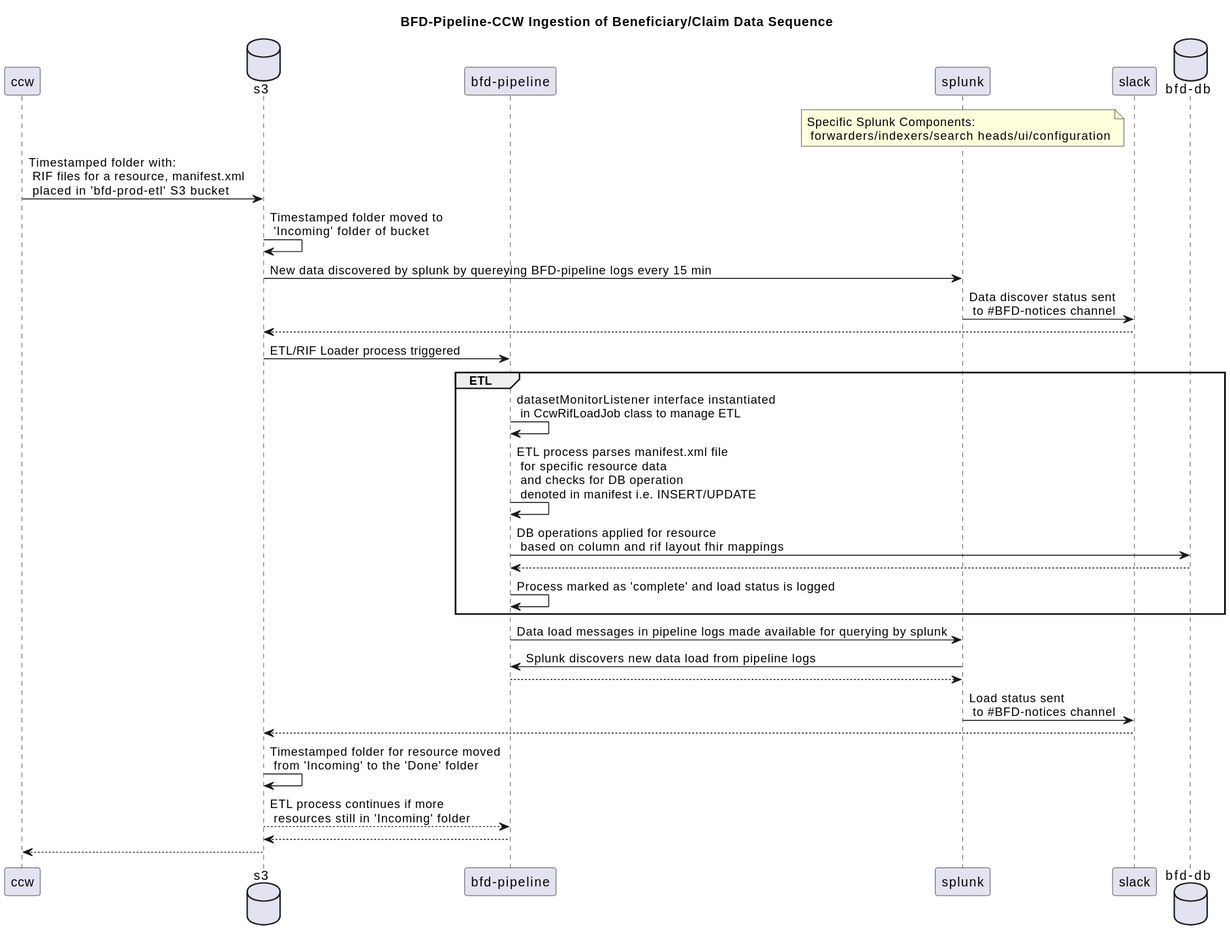
The PlantUML diagram docs/assets/fhir-resource-ingestion-digestion-diagrams/bfd-pipeline-ccw-ingestion.svg in CMSgov/beneficiary-fhir-data, before a commit.
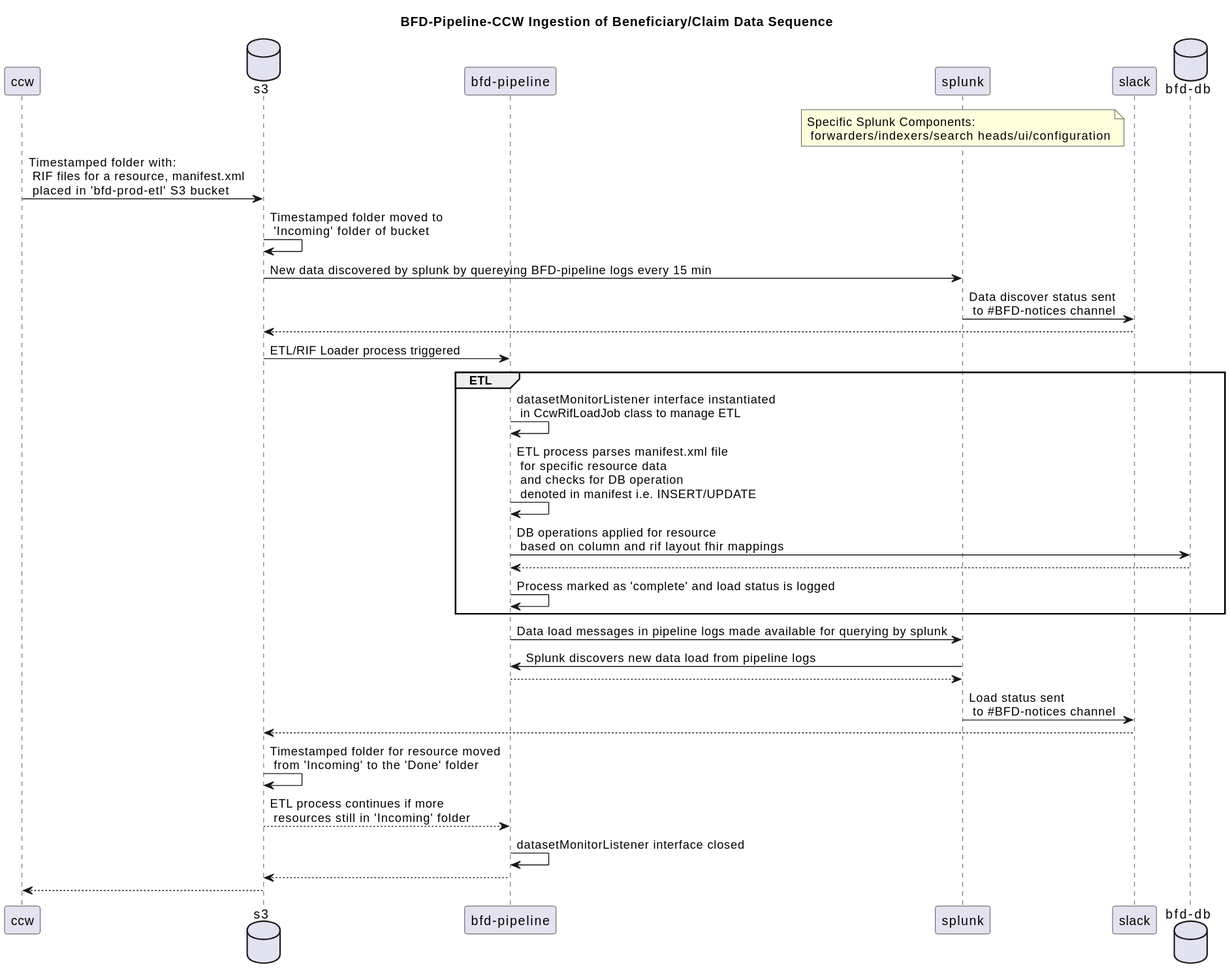
After the commit.

Commit message:
update ccw diagram

Diff of the diagram source:
```diff
@@ -27,6 +27,7 @@
 slack --> s3
 s3 -> s3: Timestamped folder for resource moved \n from 'Incoming' to the 'Done' folder
 s3 --> "bfd-pipeline": ETL process continues if more \n resources still in 'Incoming' folder
+"bfd-pipeline" -> "bfd-pipeline": datasetMonitorListener interface closed
 "bfd-pipeline" --> s3
 s3--> ccw
 @enduml
```
